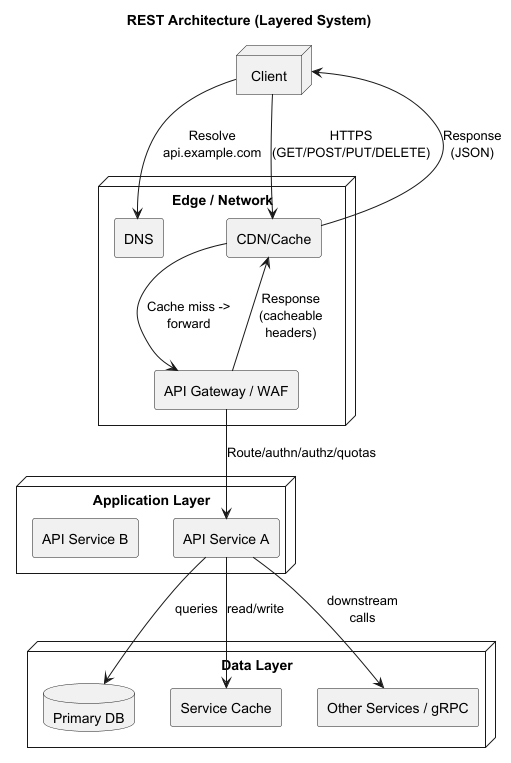
Before: doc/Week 1/REST/highlevelREST-REST_Architecture__Layered_System_.png, a diagram exported from PlantUML (triciabrown/CS5287_fork_master). Its diagram source:
```plantuml
@startuml
title REST Architecture (Layered System)

skinparam componentStyle rectangle
skinparam wrapWidth 180
skinparam maxMessageSize 100

node "Client" as Client
node "Edge / Network" as Edge {
  [DNS] as DNS
  [CDN/Cache] as CDN
  [API Gateway / WAF] as GW
}
node "Application Layer" as App {
  [API Service A] as SvcA
  [API Service B] as SvcB
}
node "Data Layer" as Data {
  database "Primary DB" as DB
  [Service Cache] as Cache
  [Other Services / gRPC] as XSvc
}

Client --> DNS : Resolve api.example.com
Client --> CDN : HTTPS (GET/POST/PUT/DELETE)
CDN --> GW : Cache miss -> forward
GW --> SvcA : Route/authn/authz/quotas
SvcA --> Cache : read/write
SvcA --> DB : queries
SvcA --> XSvc : downstream calls
GW --> CDN : Response (cacheable headers)
CDN --> Client : Response (JSON)
@enduml
```
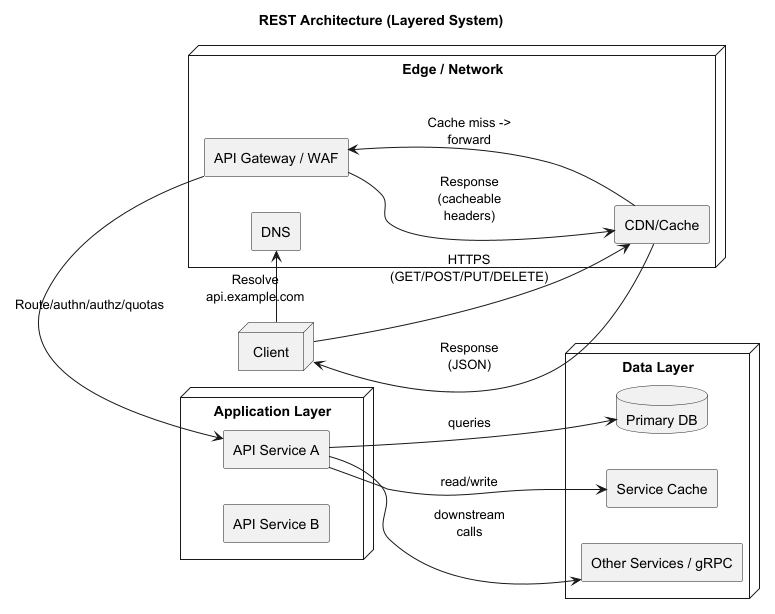
After the change.

The edit, as a diff of the source:
```diff
@@ -1,5 +1,7 @@
 @startuml
 title REST Architecture (Layered System)
+
+left to right direction
 
 skinparam componentStyle rectangle
 skinparam wrapWidth 180
@@ -24,7 +26,7 @@
 Client --> DNS : Resolve api.example.com
 Client --> CDN : HTTPS (GET/POST/PUT/DELETE)
 CDN --> GW : Cache miss -> forward
-GW --> SvcA : Route/authn/authz/quotas
+SvcA <- GW : Route/authn/authz/quotas
 SvcA --> Cache : read/write
 SvcA --> DB : queries
 SvcA --> XSvc : downstream calls
```
